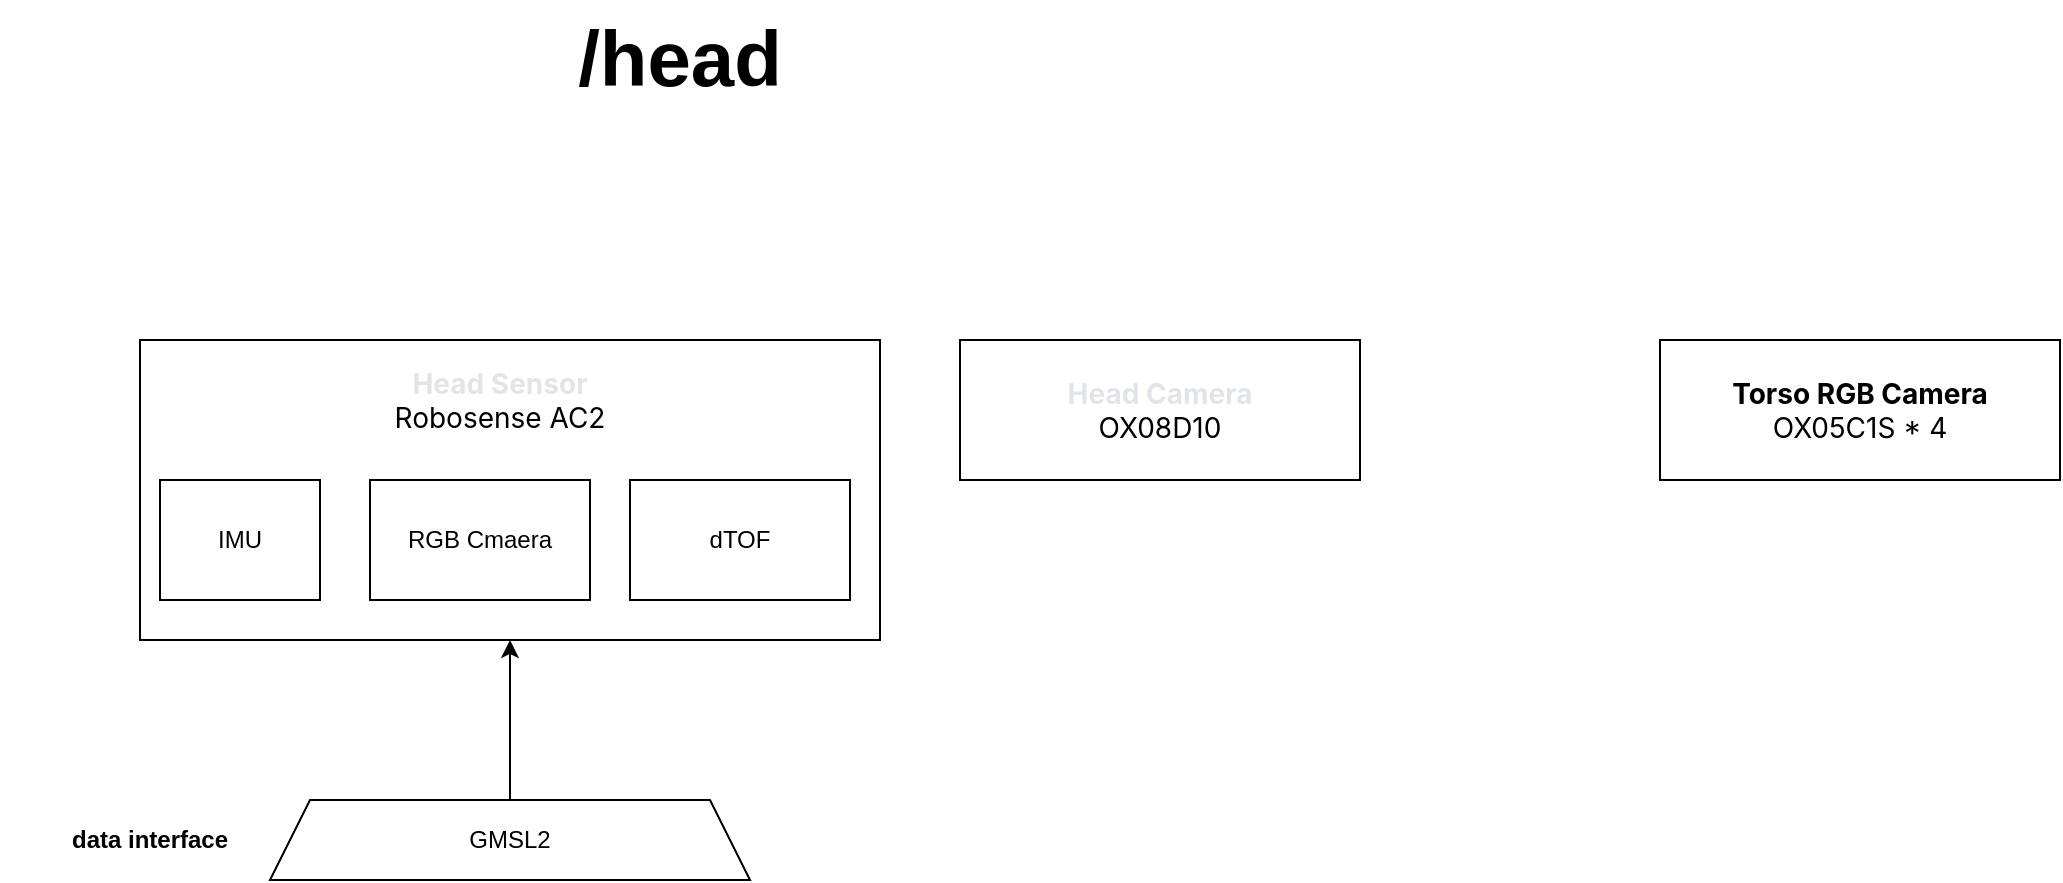
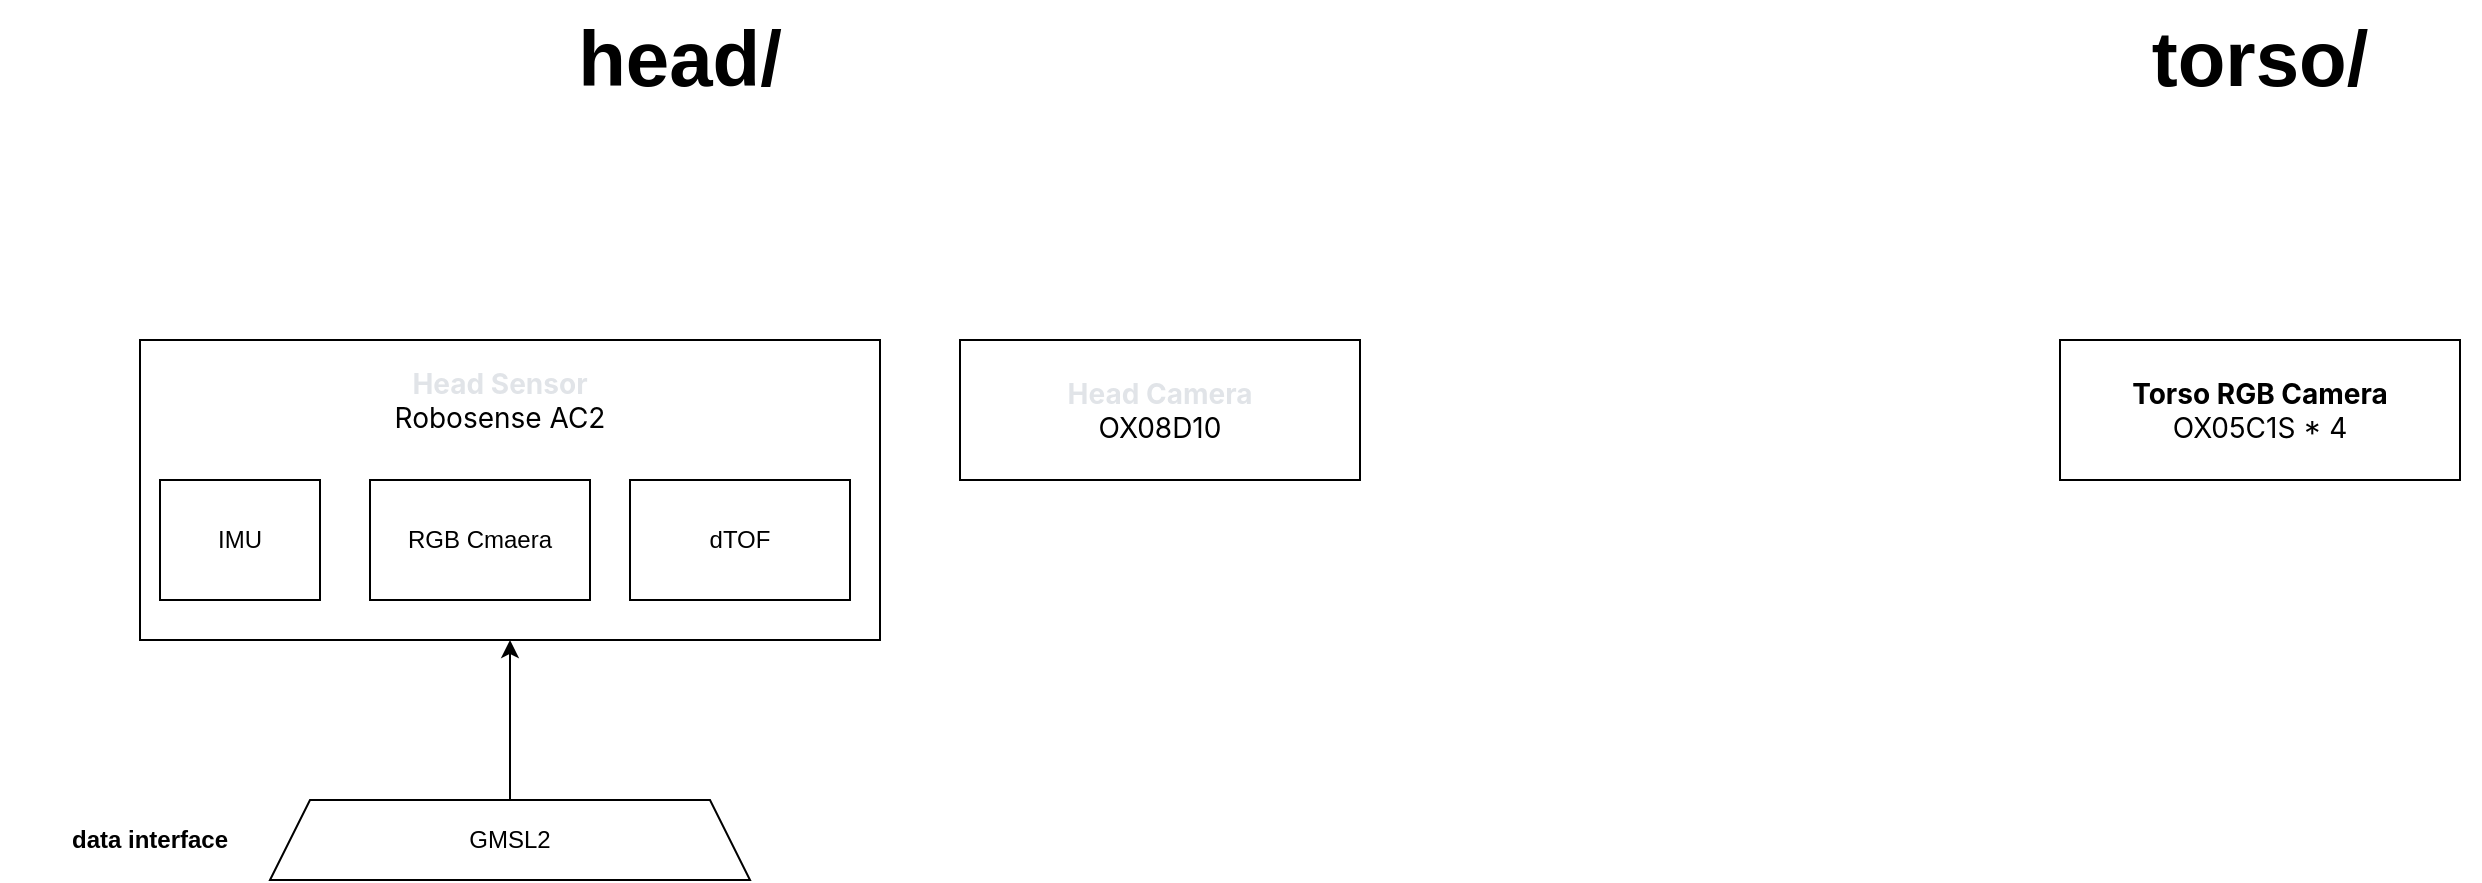
<mxfile host="app.diagrams.net">
  <diagram name="传感器整理" id="LXRXHt9DRMbfsnbOX2XS">
    <mxGraphModel dx="1947" dy="734" grid="1" gridSize="10" guides="1" tooltips="1" connect="1" arrows="1" fold="1" page="1" pageScale="1" pageWidth="827" pageHeight="1169" math="0" shadow="0">
      <root>
        <mxCell id="0" />
        <mxCell id="1" parent="0" />
        <mxCell id="if_Ictj8y_H9tt94Ulmm-2" parent="1" style="rounded=0;whiteSpace=wrap;html=1;" value="" vertex="1">
          <mxGeometry height="150" width="370" x="-610" y="210" as="geometry" />
        </mxCell>
        <mxCell id="if_Ictj8y_H9tt94Ulmm-3" parent="1" style="rounded=0;whiteSpace=wrap;html=1;align=center;" value="&lt;div style=&quot;&quot;&gt;&lt;span style=&quot;font-family: -apple-system, BlinkMacSystemFont, &amp;quot;Segoe WPC&amp;quot;, &amp;quot;Segoe UI&amp;quot;, system-ui, Ubuntu, &amp;quot;Droid Sans&amp;quot;, sans-serif; font-size: 14px;&quot;&gt;&lt;b&gt;Torso RGB Camera&lt;/b&gt;&lt;/span&gt;&lt;span style=&quot;background-color: transparent; color: light-dark(rgb(0, 0, 0), rgb(255, 255, 255)); font-size: 14px;&quot;&gt;&lt;font face=&quot;-apple-system, BlinkMacSystemFont, Segoe WPC, Segoe UI, system-ui, Ubuntu, Droid Sans, sans-serif&quot;&gt;&lt;/font&gt;&lt;/span&gt;&lt;/div&gt;&lt;div style=&quot;&quot;&gt;&lt;span style=&quot;background-color: transparent; color: light-dark(rgb(0, 0, 0), rgb(255, 255, 255)); font-size: 14px;&quot;&gt;&lt;font face=&quot;-apple-system, BlinkMacSystemFont, Segoe WPC, Segoe UI, system-ui, Ubuntu, Droid Sans, sans-serif&quot;&gt;OX05C1S * 4&lt;/font&gt;&lt;/span&gt;&lt;/div&gt;" vertex="1">
-           <mxGeometry height="70" width="200" x="150" y="210" as="geometry" />
+           <mxGeometry height="70" width="200" x="350" y="210" as="geometry" />
        </mxCell>
        <mxCell id="0J0jtPP8bCpQZUBdG7A1-1" parent="1" style="rounded=0;whiteSpace=wrap;html=1;" value="&lt;div&gt;&lt;span style=&quot;font-family: -apple-system, BlinkMacSystemFont, &amp;quot;Segoe WPC&amp;quot;, &amp;quot;Segoe UI&amp;quot;, system-ui, Ubuntu, &amp;quot;Droid Sans&amp;quot;, sans-serif; font-size: 14px; text-align: start;&quot;&gt;&lt;font style=&quot;color: light-dark(rgb(225, 228, 232), rgb(255, 255, 255));&quot;&gt;&lt;b&gt;Head Camera&lt;/b&gt;&lt;/font&gt;&lt;/span&gt;&lt;/div&gt;&lt;div&gt;&lt;span style=&quot;font-family: -apple-system, BlinkMacSystemFont, &amp;quot;Segoe WPC&amp;quot;, &amp;quot;Segoe UI&amp;quot;, system-ui, Ubuntu, &amp;quot;Droid Sans&amp;quot;, sans-serif; font-size: 14px; text-align: start;&quot;&gt;OX08D10&lt;/span&gt;&lt;/div&gt;" vertex="1">
          <mxGeometry height="70" width="200" x="-200" y="210" as="geometry" />
        </mxCell>
        <mxCell id="0J0jtPP8bCpQZUBdG7A1-2" parent="1" style="rounded=0;whiteSpace=wrap;html=1;" value="IMU" vertex="1">
          <mxGeometry height="60" width="80" x="-600" y="280" as="geometry" />
        </mxCell>
        <mxCell id="0J0jtPP8bCpQZUBdG7A1-6" parent="1" style="rounded=0;whiteSpace=wrap;html=1;" value="RGB Cmaera" vertex="1">
          <mxGeometry height="60" width="110" x="-495" y="280" as="geometry" />
        </mxCell>
        <mxCell id="0J0jtPP8bCpQZUBdG7A1-8" parent="1" style="rounded=0;whiteSpace=wrap;html=1;" value="dTOF" vertex="1">
          <mxGeometry height="60" width="110" x="-365" y="280" as="geometry" />
        </mxCell>
        <mxCell id="0J0jtPP8bCpQZUBdG7A1-10" parent="1" style="text;html=1;whiteSpace=wrap;strokeColor=none;fillColor=none;align=center;verticalAlign=middle;rounded=0;" value="&lt;div&gt;&lt;span style=&quot;font-family: -apple-system, BlinkMacSystemFont, &amp;quot;Segoe WPC&amp;quot;, &amp;quot;Segoe UI&amp;quot;, system-ui, Ubuntu, &amp;quot;Droid Sans&amp;quot;, sans-serif; font-size: 14px; text-align: start;&quot;&gt;&lt;font style=&quot;color: light-dark(rgb(225, 228, 232), rgb(255, 255, 255));&quot;&gt;&lt;b&gt;Head Sensor&lt;/b&gt;&lt;/font&gt;&lt;/span&gt;&lt;/div&gt;&lt;div&gt;&lt;span style=&quot;font-family: -apple-system, BlinkMacSystemFont, &amp;quot;Segoe WPC&amp;quot;, &amp;quot;Segoe UI&amp;quot;, system-ui, Ubuntu, &amp;quot;Droid Sans&amp;quot;, sans-serif; font-size: 14px; text-align: start;&quot;&gt;Robosense AC2&lt;/span&gt;&lt;/div&gt;" vertex="1">
          <mxGeometry height="60" width="130" x="-495" y="210" as="geometry" />
        </mxCell>
        <mxCell id="0J0jtPP8bCpQZUBdG7A1-12" edge="1" parent="1" source="0J0jtPP8bCpQZUBdG7A1-11" style="edgeStyle=orthogonalEdgeStyle;rounded=0;orthogonalLoop=1;jettySize=auto;html=1;exitX=0.5;exitY=0;exitDx=0;exitDy=0;entryX=0.5;entryY=1;entryDx=0;entryDy=0;" target="if_Ictj8y_H9tt94Ulmm-2">
          <mxGeometry relative="1" as="geometry" />
        </mxCell>
        <mxCell id="0J0jtPP8bCpQZUBdG7A1-11" parent="1" style="shape=trapezoid;perimeter=trapezoidPerimeter;whiteSpace=wrap;html=1;fixedSize=1;" value="GMSL2" vertex="1">
          <mxGeometry height="40" width="240" x="-545" y="440" as="geometry" />
        </mxCell>
        <mxCell id="0J0jtPP8bCpQZUBdG7A1-13" parent="1" style="text;html=1;whiteSpace=wrap;strokeColor=none;fillColor=none;align=center;verticalAlign=middle;rounded=0;" value="&lt;b&gt;data interface&lt;/b&gt;" vertex="1">
          <mxGeometry height="40" width="150" x="-680" y="440" as="geometry" />
        </mxCell>
-         <mxCell id="0J0jtPP8bCpQZUBdG7A1-14" parent="1" style="text;html=1;whiteSpace=wrap;strokeColor=none;fillColor=none;align=center;verticalAlign=middle;rounded=0;fontSize=39;" value="&lt;b&gt;/head&lt;/b&gt;" vertex="1">
+         <mxCell id="0J0jtPP8bCpQZUBdG7A1-14" parent="1" style="text;html=1;whiteSpace=wrap;strokeColor=none;fillColor=none;align=center;verticalAlign=middle;rounded=0;fontSize=39;" value="&lt;b&gt;head/&lt;/b&gt;" vertex="1">
          <mxGeometry height="60" width="220" x="-450" y="40" as="geometry" />
+         </mxCell>
+         <mxCell id="0J0jtPP8bCpQZUBdG7A1-16" parent="1" style="text;html=1;whiteSpace=wrap;strokeColor=none;fillColor=none;align=center;verticalAlign=middle;rounded=0;fontSize=39;" value="&lt;b&gt;torso/&lt;/b&gt;" vertex="1">
+           <mxGeometry height="60" width="220" x="340" y="40" as="geometry" />
        </mxCell>
      </root>
    </mxGraphModel>
  </diagram>
</mxfile>
